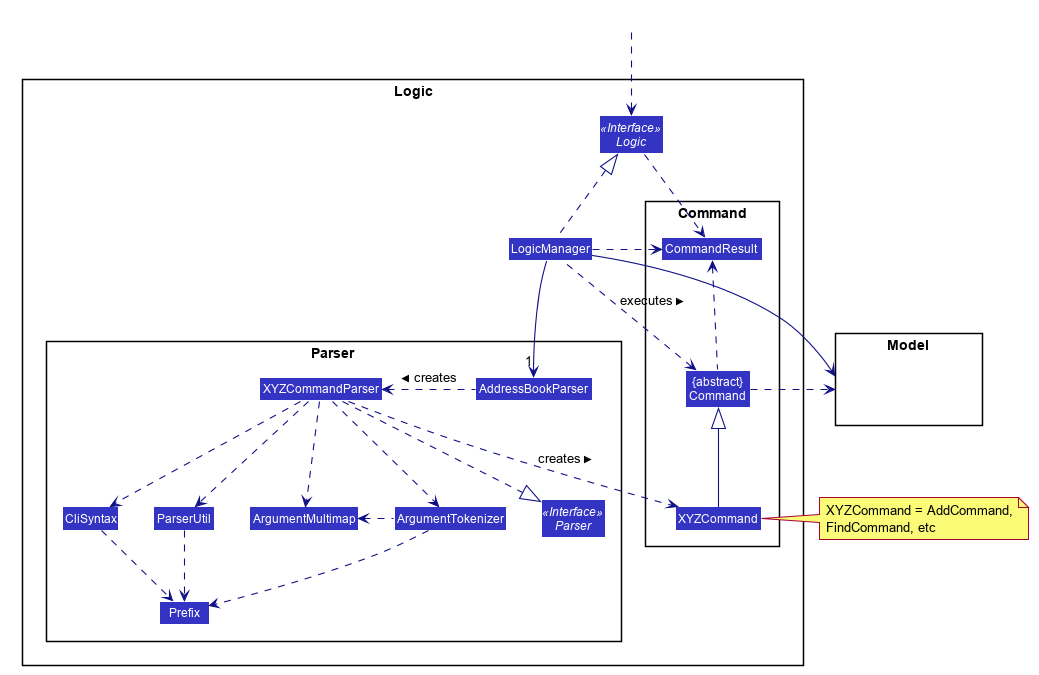
This is docs/images/LogicClassDiagram.png from nus-cs2103-AY1920S2/addressbook-level3, a PlantUML export, as it was before one commit.
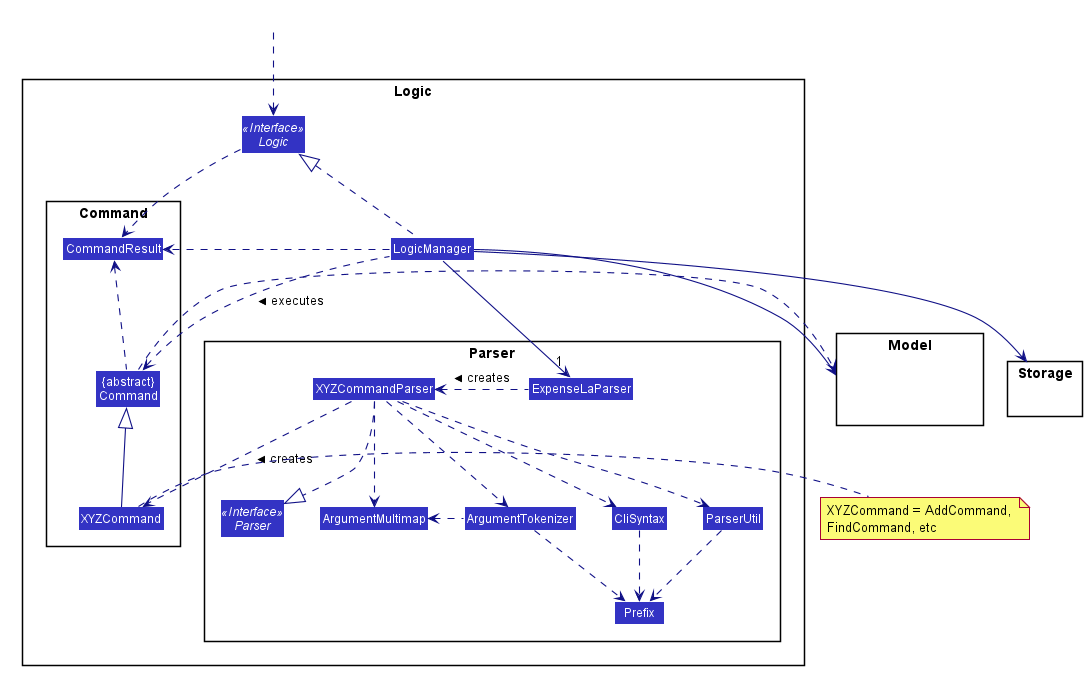
Later version of the same file.

Change to the diagram source:
```diff
@@ -55,7 +55,7 @@
 
 package Parser {
 Interface Parser <<Interface>>
-Class AddressBookParser
+Class ExpenseLaParser
 Class XYZCommandParser
 Class CliSyntax
 Class ParserUtil
@@ -78,12 +78,16 @@
 Class HiddenModel #FFFFFF
 }
 
+package Storage {
+
+}
+
 Class HiddenOutside #FFFFFF
 HiddenOutside ..> Logic
 
 LogicManager .up.|> Logic
-LogicManager -->"1" AddressBookParser
-AddressBookParser .left.> XYZCommandParser: creates >
+LogicManager -->"1" ExpenseLaParser
+ExpenseLaParser .left.> XYZCommandParser: creates >
 
 XYZCommandParser ..> XYZCommand : creates >
 XYZCommandParser ..|> Parser
@@ -102,6 +106,8 @@
 Command .right.> Model
 note right of XYZCommand: XYZCommand = AddCommand, \nFindCommand, etc
 
+LogicManager --> Storage
+
 Logic ..> CommandResult
 LogicManager .down.> CommandResult
 Command .up.> CommandResult
```
